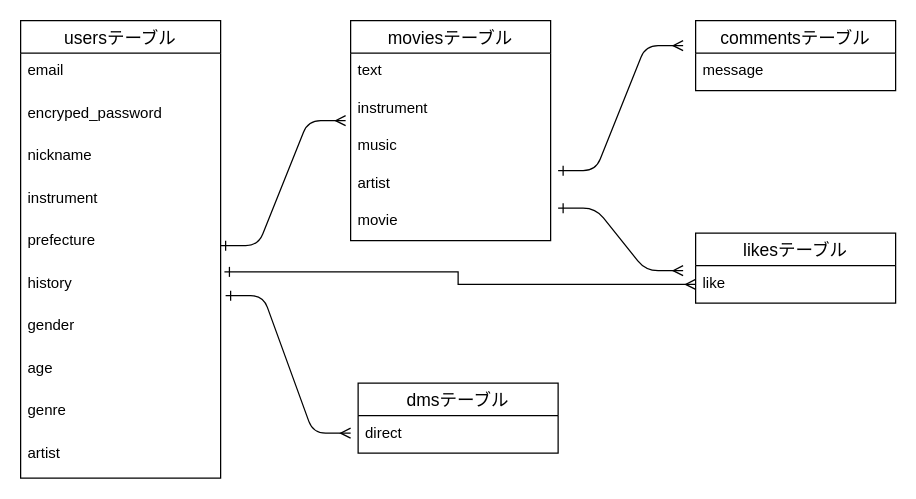
The draw.io diagram test.dio in nbnbshsh/music-jam, before the edit. Source tidied: cells renumbered, new cells numbered last; positions are measured from the earlier drawing's top-left corner, leaving out a move shared by most shapes. Both pictures are drawn from the tidied source at 125%, with x=0, y=0 at pixel (20, 20).
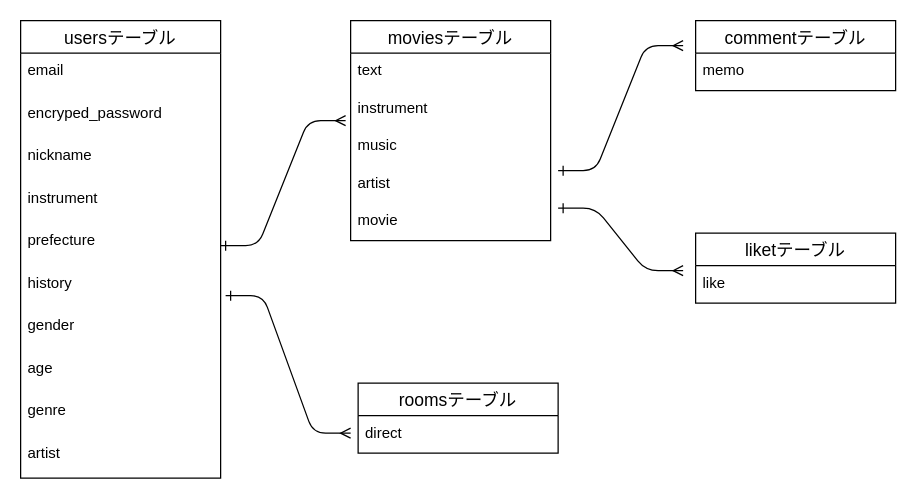
The same page after the edit.

Unchanged cells that the change refers to:
```xml
<mxCell id="8" value="history" style="text;strokeColor=none;fillColor=none;spacingLeft=4;spacingRight=4;overflow=hidden;points=[[0,0.5],[1,0.5]];portConstraint=eastwest;fontSize=12;" parent="2" vertex="1">
  <mxGeometry y="196" width="160" height="34" as="geometry" />
</mxCell>
<mxCell id="27" value="like" style="text;strokeColor=none;fillColor=none;spacingLeft=4;spacingRight=4;overflow=hidden;points=[[0,0.5],[1,0.5]];portConstraint=eastwest;fontSize=12;" parent="26" vertex="1">
  <mxGeometry y="26" width="160" height="30" as="geometry" />
</mxCell>
```

Change to the diagram source:
```diff
@@
-    <mxCell id="19" value="dmsテーブル" style="swimlane;fontStyle=0;horizontal=1;startSize=26;align=center;fontSize=14;" parent="1" vertex="1">
+    <mxCell id="19" value="roomsテーブル" style="swimlane;fontStyle=0;horizontal=1;startSize=26;align=center;fontSize=14;" parent="1" vertex="1">
       <mxGeometry x="270" y="290" width="160" height="56" as="geometry" />
     </mxCell>
@@
-    <mxCell id="21" value="commentsテーブル" style="swimlane;fontStyle=0;horizontal=1;startSize=26;align=center;fontSize=14;" parent="1" vertex="1">
+    <mxCell id="21" value="commentテーブル" style="swimlane;fontStyle=0;horizontal=1;startSize=26;align=center;fontSize=14;" parent="1" vertex="1">
       <mxGeometry x="540" width="160" height="56" as="geometry" />
     </mxCell>
-    <mxCell id="22" value="message" style="text;strokeColor=none;fillColor=none;spacingLeft=4;spacingRight=4;overflow=hidden;fontSize=12;" parent="21" vertex="1">
+    <mxCell id="22" value="memo" style="text;strokeColor=none;fillColor=none;spacingLeft=4;spacingRight=4;overflow=hidden;fontSize=12;" parent="21" vertex="1">
       <mxGeometry y="26" width="160" height="30" as="geometry" />
     </mxCell>
@@
-    <mxCell id="26" value="likesテーブル" style="swimlane;fontStyle=0;horizontal=1;startSize=26;align=center;fontSize=14;" parent="1" vertex="1">
+    <mxCell id="26" value="liketテーブル" style="swimlane;fontStyle=0;horizontal=1;startSize=26;align=center;fontSize=14;" parent="1" vertex="1">
       <mxGeometry x="540" y="170" width="160" height="56" as="geometry" />
     </mxCell>
@@
-    <mxCell id="29" style="edgeStyle=orthogonalEdgeStyle;rounded=0;jettySize=auto;html=1;exitX=0;exitY=0.5;exitDx=0;exitDy=0;entryX=1.019;entryY=0.147;entryDx=0;entryDy=0;entryPerimeter=0;endArrow=ERone;endFill=0;startArrow=ERmany;startFill=0;" parent="1" edge="1" source="27" target="8">
-      <mxGeometry relative="1" as="geometry" />
-    </mxCell>
```
